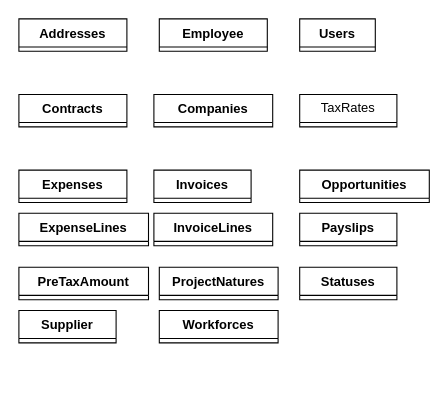
Earlier version of the draw.io diagram Diagramme sans nom.drawio (Eaulmesse/upit_erp_dev). Source tidied: cells renumbered, new cells numbered last; positions are measured from the earlier drawing's top-left corner, leaving out a move shared by most shapes. Both pictures are drawn from the tidied source at 108%, with x=0, y=0 at pixel (18, 18).
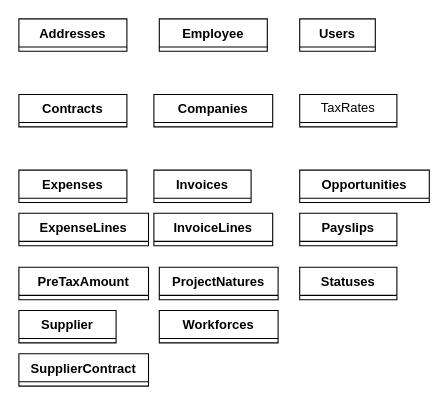
After the change.

Change to the diagram source:
```diff
@@
 <mxGraphModel>
   <root>
     <mxCell id="0" />
     <mxCell id="1" parent="0" />
     <mxCell id="2" value="Companies" style="swimlane;fontStyle=1;align=center;verticalAlign=top;horizontal=1;startSize=26;whiteSpace=wrap;html=1;" parent="1" vertex="1" collapsed="1">
       <mxGeometry x="125" y="70" width="110" height="30" as="geometry" />
     </mxCell>
     <mxCell id="3" value="Addresses" style="swimlane;fontStyle=1;align=center;verticalAlign=top;horizontal=1;startSize=26;whiteSpace=wrap;html=1;" parent="1" vertex="1" collapsed="1">
       <mxGeometry width="100" height="30" as="geometry" />
     </mxCell>
     <mxCell id="4" value="Contracts" style="swimlane;fontStyle=1;align=center;verticalAlign=top;horizontal=1;startSize=26;whiteSpace=wrap;html=1;" parent="1" vertex="1" collapsed="1">
       <mxGeometry y="70" width="100" height="30" as="geometry" />
     </mxCell>
     <mxCell id="5" value="Employee" style="swimlane;fontStyle=1;align=center;verticalAlign=top;horizontal=1;startSize=26;whiteSpace=wrap;html=1;" parent="1" vertex="1" collapsed="1">
       <mxGeometry x="130" width="100" height="30" as="geometry" />
     </mxCell>
     <mxCell id="6" value="Users" style="swimlane;fontStyle=1;align=center;verticalAlign=top;horizontal=1;startSize=26;whiteSpace=wrap;html=1;" parent="1" vertex="1" collapsed="1">
       <mxGeometry x="260" width="70" height="30" as="geometry" />
     </mxCell>
     <mxCell id="7" value="TaxRates" style="swimlane;fontStyle=0;horizontal=1;startSize=26;fillColor=none;whiteSpace=wrap;html=1;" parent="1" vertex="1" collapsed="1">
       <mxGeometry x="260" y="70" width="90" height="30" as="geometry" />
     </mxCell>
     <mxCell id="8" value="Expenses" style="swimlane;fontStyle=1;align=center;verticalAlign=top;horizontal=1;startSize=26;whiteSpace=wrap;html=1;" parent="1" vertex="1" collapsed="1">
       <mxGeometry y="140" width="100" height="30" as="geometry" />
     </mxCell>
     <mxCell id="9" value="ExpenseLines" style="swimlane;fontStyle=1;align=center;verticalAlign=top;horizontal=1;startSize=26;whiteSpace=wrap;html=1;" parent="1" vertex="1" collapsed="1">
       <mxGeometry y="180" width="120" height="30" as="geometry" />
     </mxCell>
     <mxCell id="10" value="Invoices" style="swimlane;fontStyle=1;align=center;verticalAlign=top;horizontal=1;startSize=26;whiteSpace=wrap;html=1;" parent="1" vertex="1" collapsed="1">
       <mxGeometry x="125" y="140" width="90" height="30" as="geometry" />
     </mxCell>
     <mxCell id="11" value="InvoiceLines" style="swimlane;fontStyle=1;align=center;verticalAlign=top;horizontal=1;startSize=26;whiteSpace=wrap;html=1;" parent="1" vertex="1" collapsed="1">
       <mxGeometry x="125" y="180" width="110" height="30" as="geometry" />
     </mxCell>
     <mxCell id="12" value="Opportunities" style="swimlane;fontStyle=1;align=center;verticalAlign=top;horizontal=1;startSize=26;whiteSpace=wrap;html=1;" parent="1" vertex="1" collapsed="1">
       <mxGeometry x="260" y="140" width="120" height="30" as="geometry" />
     </mxCell>
     <mxCell id="13" value="Payslips" style="swimlane;fontStyle=1;align=center;verticalAlign=top;horizontal=1;startSize=26;whiteSpace=wrap;html=1;" parent="1" vertex="1" collapsed="1">
       <mxGeometry x="260" y="180" width="90" height="30" as="geometry" />
     </mxCell>
     <mxCell id="14" value="PreTaxAmount" style="swimlane;fontStyle=1;align=center;verticalAlign=top;horizontal=1;startSize=26;whiteSpace=wrap;html=1;" parent="1" vertex="1" collapsed="1">
       <mxGeometry y="230" width="120" height="30" as="geometry" />
     </mxCell>
     <mxCell id="15" value="ProjectNatures" style="swimlane;fontStyle=1;align=center;verticalAlign=top;horizontal=1;startSize=26;whiteSpace=wrap;html=1;" parent="1" vertex="1" collapsed="1">
       <mxGeometry x="130" y="230" width="110" height="30" as="geometry" />
     </mxCell>
     <mxCell id="16" value="Statuses" style="swimlane;fontStyle=1;align=center;verticalAlign=top;horizontal=1;startSize=26;whiteSpace=wrap;html=1;" parent="1" vertex="1" collapsed="1">
       <mxGeometry x="260" y="230" width="90" height="30" as="geometry" />
     </mxCell>
     <mxCell id="17" value="Supplier" style="swimlane;fontStyle=1;align=center;verticalAlign=top;horizontal=1;startSize=26;whiteSpace=wrap;html=1;" parent="1" vertex="1" collapsed="1">
       <mxGeometry y="270" width="90" height="30" as="geometry" />
     </mxCell>
     <mxCell id="18" value="Workforces" style="swimlane;fontStyle=1;align=center;verticalAlign=top;horizontal=1;startSize=26;whiteSpace=wrap;html=1;" parent="1" vertex="1" collapsed="1">
       <mxGeometry x="130" y="270" width="110" height="30" as="geometry" />
     </mxCell>
+    <mxCell id="19" value="SupplierContract" style="swimlane;fontStyle=1;align=center;verticalAlign=top;horizontal=1;startSize=26;whiteSpace=wrap;html=1;" parent="1" vertex="1" collapsed="1">
+      <mxGeometry y="310" width="120" height="30" as="geometry" />
+    </mxCell>
   </root>
 </mxGraphModel>
```
